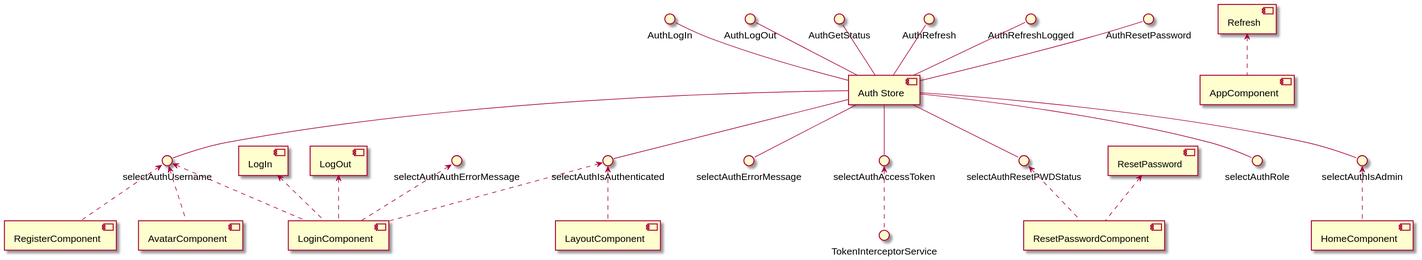
Before: documentation/puml/angular/auth_store_component.svg, a diagram exported from PlantUML (HISPAMUS/muret). The source it was exported from:
```plantuml
@startuml auth_store_component
    [Auth Store]
    AuthLogIn -- [Auth Store]
    AuthLogOut -- [Auth Store]
    AuthGetStatus -- [Auth Store]
    AuthRefresh -- [Auth Store]
    AuthRefreshLogged -- [Auth Store]
    AuthResetPassword -- [Auth Store]
    [Auth Store] -- selectAuthIsAuthenticated
    [Auth Store] -- selectAuthUsername
    [Auth Store] -- selectAuthErrorMessage
    [Auth Store] -- selectAuthAccessToken
    [Auth Store] -- selectAuthResetPWDStatus
    [Auth Store] -- selectAuthRole
    [Auth Store] -- selectAuthIsAdmin

    [LogIn] <.. [LoginComponent]
    [LogOut] <.. [LoginComponent]
    [Refresh] <.. [AppComponent]

    [ResetPassword] <.. [ResetPasswordComponent]
    selectAuthIsAuthenticated <.. [LoginComponent]
    selectAuthIsAuthenticated <.. [LayoutComponent]
    selectAuthUsername <.. [LoginComponent]
    selectAuthUsername <.. [RegisterComponent]
    selectAuthUsername <.. [AvatarComponent]
    selectAuthAuthErrorMessage <.. [LoginComponent]
    selectAuthAccessToken <.. TokenInterceptorService
    selectAuthResetPWDStatus <.. [ResetPasswordComponent]
    selectAuthIsAdmin <.. [HomeComponent]
@enduml
```
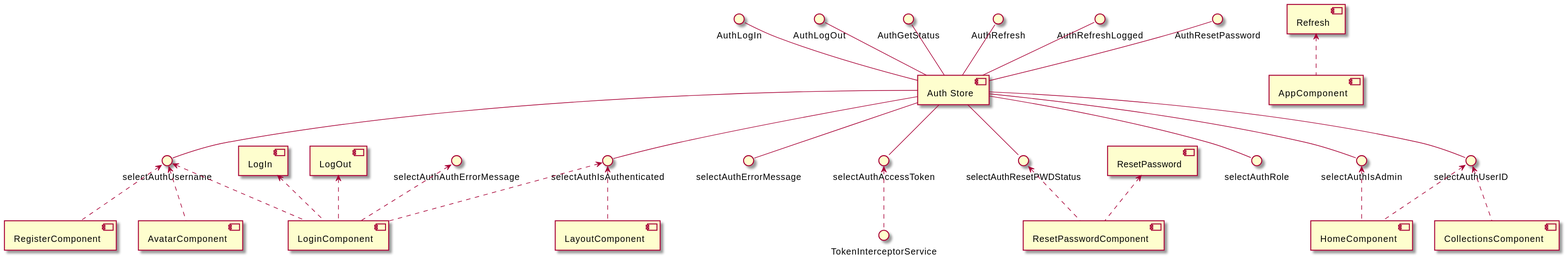
The same diagram one commit later.

Change to the diagram source:
```diff
@@ -13,6 +13,7 @@
     [Auth Store] -- selectAuthResetPWDStatus
     [Auth Store] -- selectAuthRole
     [Auth Store] -- selectAuthIsAdmin
+    [Auth Store] -- selectAuthUserID
 
     [LogIn] <.. [LoginComponent]
     [LogOut] <.. [LoginComponent]
@@ -28,4 +29,6 @@
     selectAuthAccessToken <.. TokenInterceptorService
     selectAuthResetPWDStatus <.. [ResetPasswordComponent]
     selectAuthIsAdmin <.. [HomeComponent]
+    selectAuthUserID <.. [HomeComponent]
+    selectAuthUserID <.. [CollectionsComponent]
 @enduml
```
